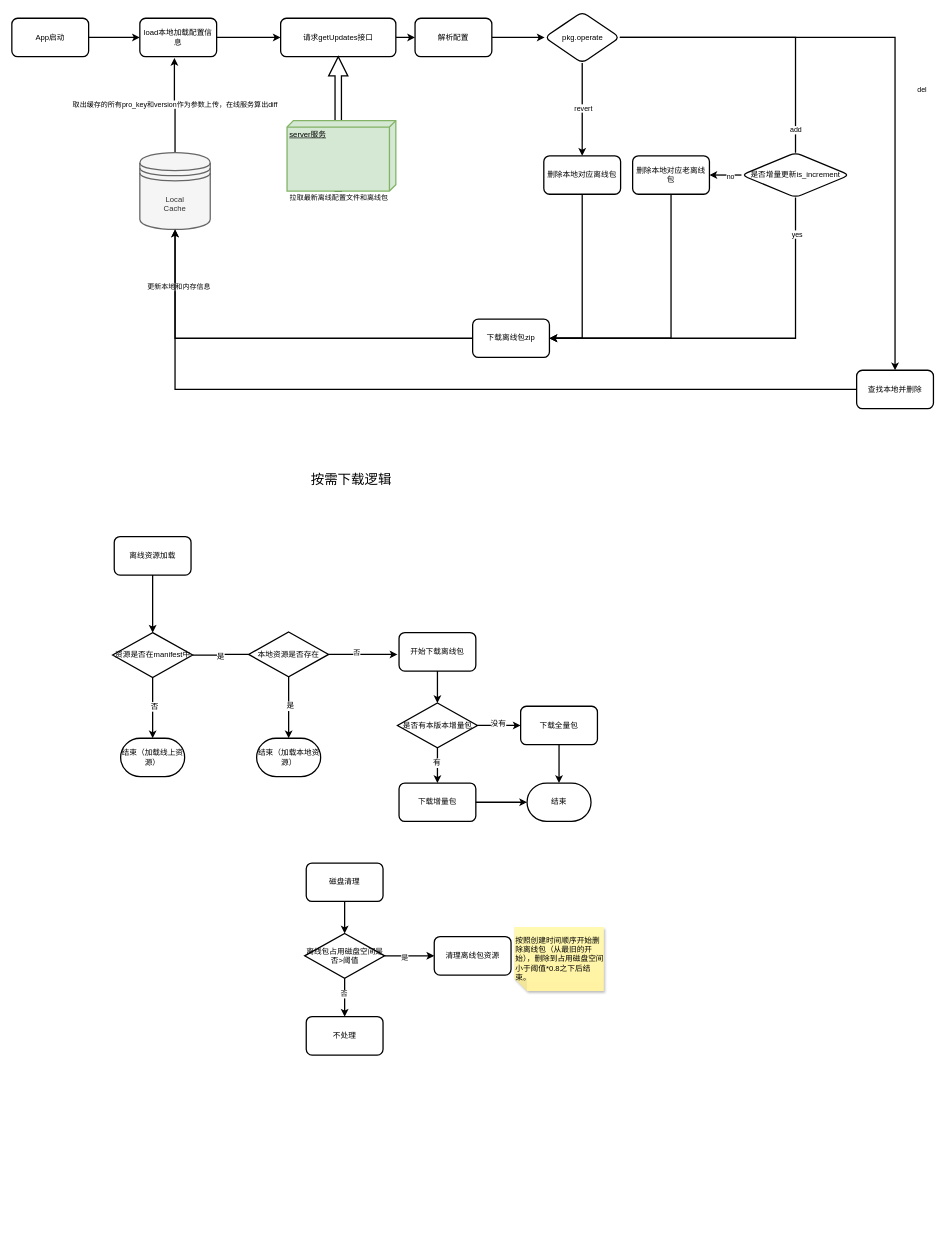
MitnickX/drawIO keeps this draw.io diagram as page "四期" (4 of 4) of 客户端下载SDK-四期.drawio. Above is the earlier version. Source tidied: cells renumbered, new cells numbered last; positions are measured from the earlier drawing's top-left corner, leaving out a move shared by most shapes. Both pictures are drawn from the tidied source at 64%, with x=0, y=0 at pixel (12, 12).
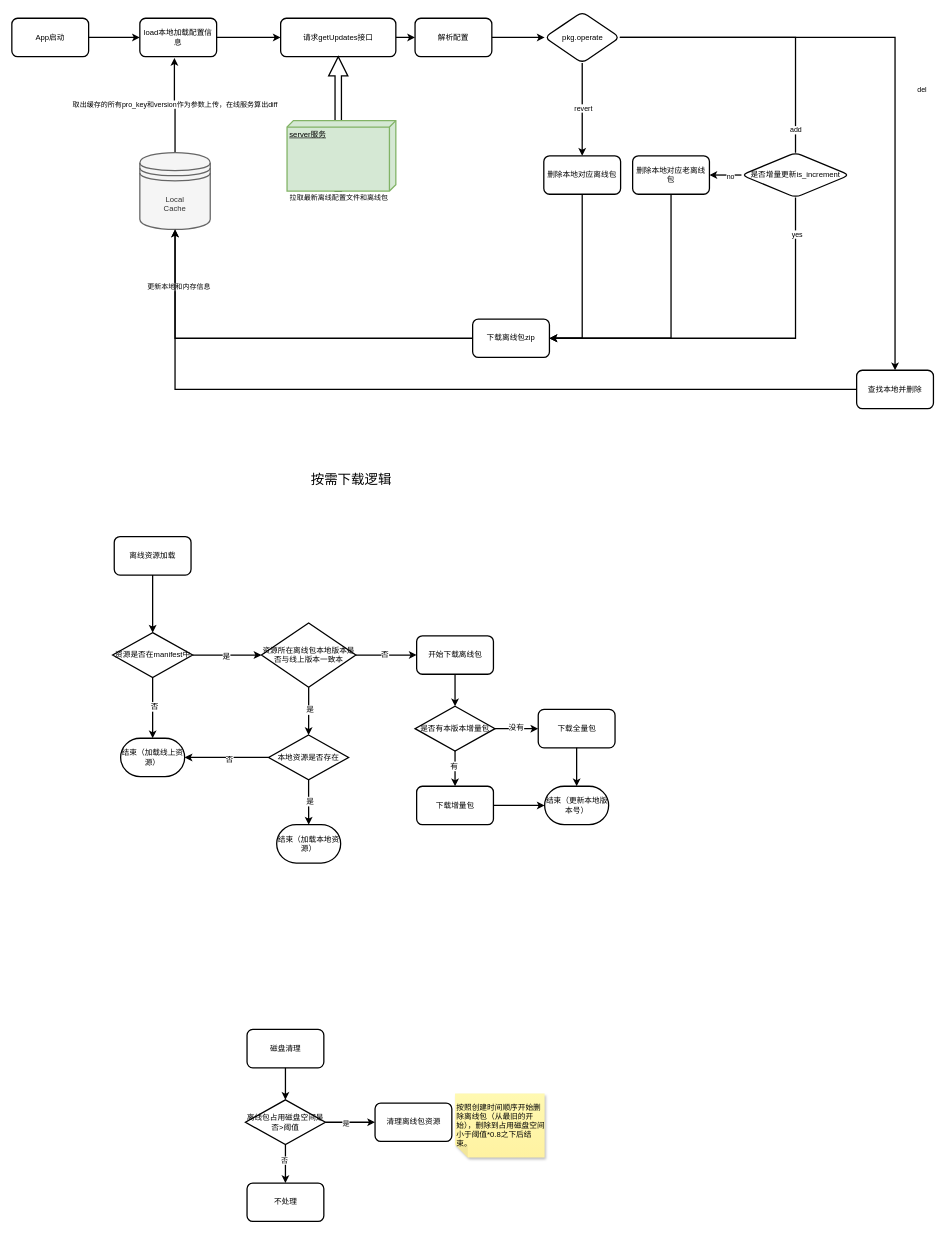
The same diagram, later.

Commit message:
更新客户端下载SDK-四期.drawio

Unchanged cells that the change refers to:
```xml
<mxCell id="23" value="结束（加载线上资源）" style="strokeWidth=2;html=1;shape=mxgraph.flowchart.terminator;whiteSpace=wrap;" parent="1" vertex="1">
  <mxGeometry x="170" y="1135" width="100" height="60" as="geometry" />
</mxCell>
<mxCell id="42" value="资源是否在manifest中" style="rhombus;whiteSpace=wrap;html=1;fontSize=12;strokeWidth=2;" parent="1" vertex="1">
  <mxGeometry x="157.5" y="970" width="125" height="70" as="geometry" />
</mxCell>
```

The edit, as a diff of the source:
```diff
@@
-    <mxCell id="43" style="edgeStyle=orthogonalEdgeStyle;rounded=0;jettySize=auto;html=1;strokeWidth=2;startArrow=none;exitX=1;exitY=0.5;exitDx=0;exitDy=0;entryX=0;entryY=0.5;entryDx=0;entryDy=0;" parent="1" edge="1" source="57">
-      <mxGeometry relative="1" as="geometry">
-        <mxPoint x="602.5" y="1004" as="targetPoint" />
-      </mxGeometry>
-    </mxCell>
-    <mxCell id="44" value="否" style="edgeLabel;html=1;align=center;verticalAlign=middle;" parent="43" vertex="1">
-      <mxGeometry x="-0.2" y="3" relative="1" as="geometry" />
-    </mxCell>
     <mxCell id="45" value="开始下载离线包" style="whiteSpace=wrap;html=1;rounded=1;strokeWidth=2;" parent="1" vertex="1">
-      <mxGeometry x="605" y="970" width="120" height="60" as="geometry" />
+      <mxGeometry x="632.5" y="975" width="120" height="60" as="geometry" />
     </mxCell>
     <mxCell id="46" value="是否有本版本增量包" style="rhombus;whiteSpace=wrap;html=1;fontSize=12;strokeWidth=2;" parent="1" vertex="1">
-      <mxGeometry x="602.5" y="1080" width="125" height="70" as="geometry" />
+      <mxGeometry x="630" y="1085" width="125" height="70" as="geometry" />
     </mxCell>
@@
     <mxCell id="48" value="下载全量包" style="whiteSpace=wrap;html=1;rounded=1;strokeWidth=2;" parent="1" vertex="1">
-      <mxGeometry x="795" y="1085" width="120" height="60" as="geometry" />
+      <mxGeometry x="822.5" y="1090" width="120" height="60" as="geometry" />
     </mxCell>
@@
     <mxCell id="51" value="下载增量包" style="whiteSpace=wrap;html=1;rounded=1;strokeWidth=2;" parent="1" vertex="1">
-      <mxGeometry x="605" y="1205" width="120" height="60" as="geometry" />
+      <mxGeometry x="632.5" y="1210" width="120" height="60" as="geometry" />
     </mxCell>
@@
-    <mxCell id="54" value="结束" style="strokeWidth=2;html=1;shape=mxgraph.flowchart.terminator;whiteSpace=wrap;" parent="1" vertex="1">
-      <mxGeometry x="805" y="1205" width="100" height="60" as="geometry" />
+    <mxCell id="54" value="结束（更新本地版本号）" style="strokeWidth=2;html=1;shape=mxgraph.flowchart.terminator;whiteSpace=wrap;" parent="1" vertex="1">
+      <mxGeometry x="832.5" y="1210" width="100" height="60" as="geometry" />
     </mxCell>
@@
-    <mxCell id="57" value="本地资源是否存在" style="rhombus;whiteSpace=wrap;html=1;fontSize=12;strokeWidth=2;" parent="1" vertex="1">
-      <mxGeometry x="370" y="969" width="125" height="70" as="geometry" />
+    <mxCell id="57" value="资源所在离线包本地版本是否与线上版本一致本" style="rhombus;whiteSpace=wrap;html=1;fontSize=12;strokeWidth=2;" parent="1" vertex="1">
+      <mxGeometry x="390" y="954.8" width="147.5" height="100.5" as="geometry" />
     </mxCell>
-    <mxCell id="58" style="edgeStyle=orthogonalEdgeStyle;rounded=0;jettySize=auto;html=1;entryX=0;entryY=0.5;entryDx=0;entryDy=0;strokeWidth=2;endArrow=none;" parent="1" edge="1" source="42" target="57">
+    <mxCell id="58" style="edgeStyle=orthogonalEdgeStyle;rounded=0;jettySize=auto;html=1;entryX=0;entryY=0.5;entryDx=0;entryDy=0;strokeWidth=2;endArrow=classic;endFill=1;" parent="1" edge="1" source="42" target="57">
       <mxGeometry relative="1" as="geometry" />
     </mxCell>
@@
     <mxCell id="60" value="结束（加载本地资源）" style="strokeWidth=2;html=1;shape=mxgraph.flowchart.terminator;whiteSpace=wrap;" parent="1" vertex="1">
-      <mxGeometry x="382.5" y="1135" width="100" height="60" as="geometry" />
+      <mxGeometry x="413.8" y="1270" width="100" height="60" as="geometry" />
     </mxCell>
-    <mxCell id="61" style="edgeStyle=orthogonalEdgeStyle;rounded=0;jettySize=auto;html=1;fontSize=12;strokeWidth=2;entryX=0.5;entryY=0;entryDx=0;entryDy=0;entryPerimeter=0;" parent="1" edge="1" source="57" target="60">
+    <mxCell id="61" style="edgeStyle=orthogonalEdgeStyle;rounded=0;jettySize=auto;html=1;fontSize=12;strokeWidth=2;entryX=0.5;entryY=0;entryDx=0;entryDy=0;" parent="1" edge="1" source="57" target="73">
       <mxGeometry relative="1" as="geometry" />
     </mxCell>
@@
     <mxCell id="63" value="磁盘清理" style="whiteSpace=wrap;html=1;rounded=1;strokeWidth=2;" parent="1" vertex="1">
-      <mxGeometry x="460" y="1330" width="120" height="60" as="geometry" />
+      <mxGeometry x="367.5" y="1590" width="120" height="60" as="geometry" />
     </mxCell>
     <mxCell id="64" value="离线包占用磁盘空间是否&amp;gt;阈值" style="rhombus;whiteSpace=wrap;html=1;fontSize=12;strokeWidth=2;" parent="1" vertex="1">
-      <mxGeometry x="457.5" y="1440" width="125" height="70" as="geometry" />
+      <mxGeometry x="365" y="1700" width="125" height="70" as="geometry" />
     </mxCell>
@@
     <mxCell id="66" value="不处理" style="whiteSpace=wrap;html=1;rounded=1;strokeWidth=2;" parent="1" vertex="1">
-      <mxGeometry x="460" y="1570" width="120" height="60" as="geometry" />
+      <mxGeometry x="367.5" y="1830" width="120" height="60" as="geometry" />
     </mxCell>
@@
     <mxCell id="69" value="清理离线包资源" style="whiteSpace=wrap;html=1;rounded=1;strokeWidth=2;" parent="1" vertex="1">
-      <mxGeometry x="660" y="1445" width="120" height="60" as="geometry" />
+      <mxGeometry x="567.5" y="1705" width="120" height="60" as="geometry" />
     </mxCell>
@@
     <mxCell id="72" value="按照创建时间顺序开始删除离线包（从最旧的开始），删除到占用磁盘空间小于阈值*0.8之下后结束。" style="shape=note;whiteSpace=wrap;html=1;backgroundOutline=1;fontColor=#000000;darkOpacity=0.05;fillColor=#FFF9B2;strokeColor=none;fillStyle=solid;direction=west;gradientDirection=north;gradientColor=#FFF2A1;shadow=1;size=20;align=left;" parent="1" vertex="1">
-      <mxGeometry x="785" y="1430" width="140" height="100" as="geometry" />
+      <mxGeometry x="692.5" y="1690" width="140" height="100" as="geometry" />
     </mxCell>
+    <mxCell id="73" value="本地资源是否存在" style="rhombus;whiteSpace=wrap;html=1;fontSize=12;strokeWidth=2;" parent="1" vertex="1">
+      <mxGeometry x="401.2" y="1130" width="125" height="70" as="geometry" />
+    </mxCell>
+    <mxCell id="74" style="edgeStyle=orthogonalEdgeStyle;rounded=0;jettySize=auto;html=1;fontSize=12;strokeWidth=2;entryX=0.5;entryY=0;entryDx=0;entryDy=0;exitX=0.5;exitY=1;exitDx=0;exitDy=0;entryPerimeter=0;" parent="1" edge="1" source="73" target="60">
+      <mxGeometry relative="1" as="geometry" />
+    </mxCell>
+    <mxCell id="75" value="是" style="edgeLabel;html=1;align=center;verticalAlign=middle;fontSize=12;" parent="74" vertex="1">
+      <mxGeometry x="-0.06" y="2" relative="1" as="geometry" />
+    </mxCell>
+    <mxCell id="76" style="edgeStyle=orthogonalEdgeStyle;rounded=0;jettySize=auto;html=1;fontSize=12;strokeWidth=2;entryX=1;entryY=0.5;entryDx=0;entryDy=0;exitX=0;exitY=0.5;exitDx=0;exitDy=0;entryPerimeter=0;" parent="1" edge="1" source="73" target="23">
+      <mxGeometry relative="1" as="geometry" />
+    </mxCell>
+    <mxCell id="77" value="否" style="edgeLabel;html=1;align=center;verticalAlign=middle;fontSize=12;" parent="76" vertex="1">
+      <mxGeometry x="-0.06" y="2" relative="1" as="geometry" />
+    </mxCell>
+    <mxCell id="78" style="edgeStyle=orthogonalEdgeStyle;rounded=0;jettySize=auto;html=1;fontSize=12;strokeWidth=2;entryX=0;entryY=0.5;entryDx=0;entryDy=0;exitX=1;exitY=0.5;exitDx=0;exitDy=0;" parent="1" edge="1" source="57" target="45">
+      <mxGeometry relative="1" as="geometry" />
+    </mxCell>
+    <mxCell id="79" value="否" style="edgeLabel;html=1;align=center;verticalAlign=middle;fontSize=12;" parent="78" vertex="1">
+      <mxGeometry x="-0.06" y="2" relative="1" as="geometry" />
+    </mxCell>
```
